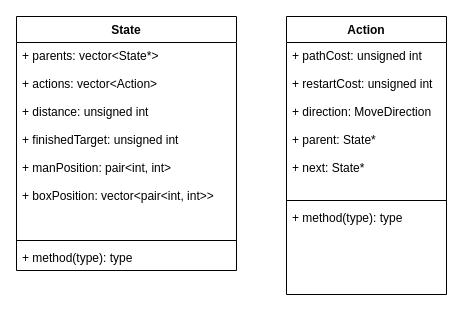
Earlier version of the draw.io diagram page "MarklovSolver" (2 of 2) of docs/uml.drawio (Yao-Chung/Sokoban-Agent). Source tidied: cells renumbered, new cells numbered last; positions are measured from the earlier drawing's top-left corner, leaving out a move shared by most shapes. Both pictures are drawn from the tidied source at 100%, with x=0, y=0 at pixel (16, 16).
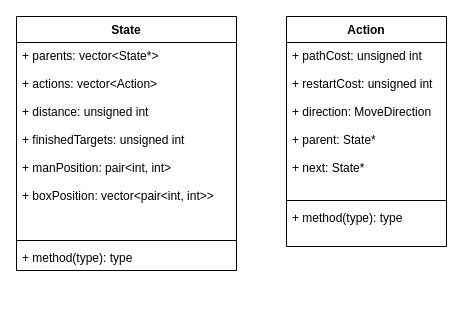
The same page after the edit.

What changed in the source:
```diff
@@
 <mxGraphModel>
   <root>
     <mxCell id="0" />
     <mxCell id="1" parent="0" />
     <mxCell id="2" value="State" style="swimlane;fontStyle=1;align=center;verticalAlign=top;horizontal=1;startSize=26;" parent="1" vertex="1">
       <mxGeometry width="220" height="254" as="geometry" />
     </mxCell>
-    <mxCell id="3" value="+ parents: vector&lt;State*&gt;&#10;&#10;+ actions: vector&lt;Action&gt;&#10;&#10;+ distance: unsigned int&#10;&#10;+ finishedTarget: unsigned int&#10;&#10;+ manPosition: pair&lt;int, int&gt;&#10;&#10;+ boxPosition: vector&lt;pair&lt;int, int&gt;&gt;&#10;" style="text;strokeColor=none;fillColor=none;align=left;verticalAlign=top;spacingLeft=4;spacingRight=4;overflow=hidden;" parent="2" vertex="1">
+    <mxCell id="3" value="+ parents: vector&lt;State*&gt;&#10;&#10;+ actions: vector&lt;Action&gt;&#10;&#10;+ distance: unsigned int&#10;&#10;+ finishedTargets: unsigned int&#10;&#10;+ manPosition: pair&lt;int, int&gt;&#10;&#10;+ boxPosition: vector&lt;pair&lt;int, int&gt;&gt;&#10;" style="text;strokeColor=none;fillColor=none;align=left;verticalAlign=top;spacingLeft=4;spacingRight=4;overflow=hidden;" parent="2" vertex="1">
       <mxGeometry y="26" width="220" height="194" as="geometry" />
     </mxCell>
     <mxCell id="4" style="line;strokeWidth=1;fillColor=none;align=left;verticalAlign=middle;spacingTop=-1;spacingLeft=3;spacingRight=3;labelPosition=right;" parent="2" vertex="1">
       <mxGeometry y="220" width="220" height="8" as="geometry" />
     </mxCell>
     <mxCell id="5" value="+ method(type): type" style="text;strokeColor=none;fillColor=none;align=left;verticalAlign=top;spacingLeft=4;spacingRight=4;overflow=hidden;" parent="2" vertex="1">
       <mxGeometry y="228" width="220" height="26" as="geometry" />
     </mxCell>
     <mxCell id="6" value="Action" style="swimlane;fontStyle=1;align=center;verticalAlign=top;horizontal=1;startSize=26;" parent="1" vertex="1">
-      <mxGeometry x="270" width="160" height="278" as="geometry" />
+      <mxGeometry x="270" width="160" height="230" as="geometry" />
     </mxCell>
     <mxCell id="7" value="+ pathCost: unsigned int&#10;&#10;+ restartCost: unsigned int&#10;&#10;+ direction: MoveDirection&#10;&#10;+ parent: State*&#10;&#10;+ next: State*" style="text;strokeColor=none;fillColor=none;align=left;verticalAlign=top;spacingLeft=4;spacingRight=4;overflow=hidden;" parent="6" vertex="1">
       <mxGeometry y="26" width="160" height="154" as="geometry" />
     </mxCell>
     <mxCell id="8" style="line;strokeWidth=1;fillColor=none;align=left;verticalAlign=middle;spacingTop=-1;spacingLeft=3;spacingRight=3;labelPosition=right;" parent="6" vertex="1">
       <mxGeometry y="180" width="160" height="8" as="geometry" />
     </mxCell>
     <mxCell id="9" value="+ method(type): type" style="text;strokeColor=none;fillColor=none;align=left;verticalAlign=top;spacingLeft=4;spacingRight=4;overflow=hidden;" parent="6" vertex="1">
-      <mxGeometry y="188" width="160" height="90" as="geometry" />
+      <mxGeometry y="188" width="160" height="42" as="geometry" />
     </mxCell>
   </root>
 </mxGraphModel>
```
